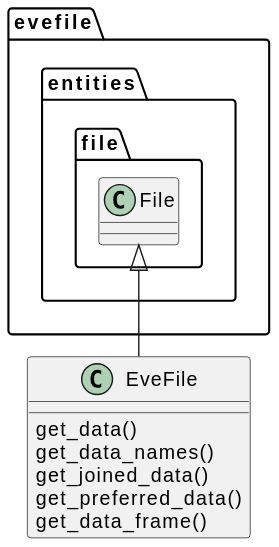
The PlantUML diagram docs/uml/evefile.boundaries.evefile.svg in tillbiskup/evefile, before a commit.
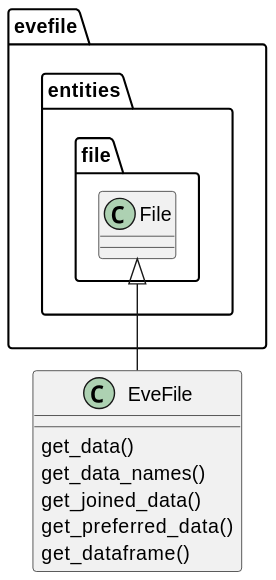
After the change.

Commit message:
Update evefile boundary documentation

What changed in the source:
```diff
@@ -5,6 +5,6 @@
     get_data_names()
     get_joined_data()
     get_preferred_data()
-    get_data_frame()
+    get_dataframe()
 }
 @enduml
```
